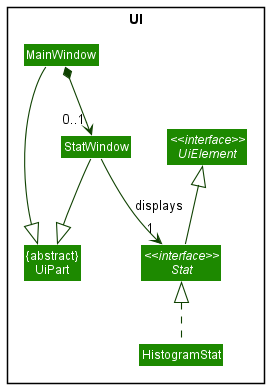
Before: docs/images/StatUiClassDiagram.png, a diagram exported from PlantUML (waynetee/tp).
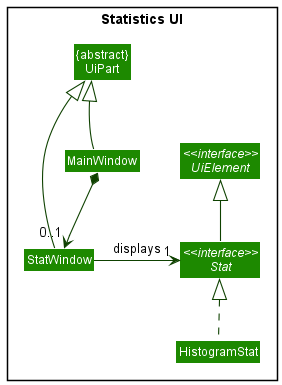
After the commit.

Commit message:
Fix unclear StatUiClassDiagram

Diff of the diagram source:
```diff
@@ -4,7 +4,7 @@
 skinparam arrowColor UI_COLOR_T4
 skinparam classBackgroundColor UI_COLOR
 
-package UI <<Rectangle>> {
+package "Statistics UI" <<Rectangle>> {
 Class "{abstract}\nUiPart" as UiPart
 Class MainWindow
 Class StatWindow
@@ -13,11 +13,11 @@
 HistogramStat .up.|> Stat
 }
 
-MainWindow *-down-> "0..1" StatWindow
-MainWindow --|> UiPart
+StatWindow -up-|> UiPart
+MainWindow *--> "0..1" StatWindow
+MainWindow -up-|> UiPart
 
-StatWindow -down-|> UiPart
-StatWindow --> "1" Stat : displays
+StatWindow -right-> "1" Stat : displays
 
 Stat -up-|> UiElement
 
```
